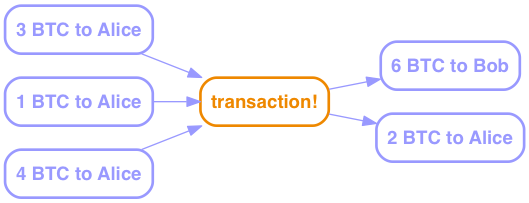
Earlier version of the Graphviz export img/transactions-2.png (bluegraybox/BTCSplain). Its source is kept beside it as img/transactions-2.gv.
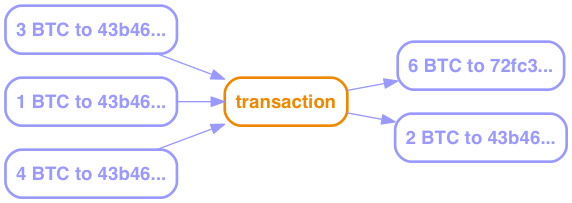
The same diagram one commit later.

Diff of the diagram source:
```diff
@@ -16,12 +16,12 @@
         # arrowsize=2,
         color="#9999ff",
     ];
-    "transaction!" [color="#ee8800", fontcolor="#ee8800"]
+    transaction [color="#ee8800", fontcolor="#ee8800"]
 
-    "3 BTC to Alice" -> "transaction!"
-    "1 BTC to Alice" -> "transaction!"
-    "4 BTC to Alice" -> "transaction!"
+    "3 BTC to 43b46..." -> transaction
+    "1 BTC to 43b46..." -> transaction
+    "4 BTC to 43b46..." -> transaction
 
-    "transaction!" -> "6 BTC to Bob"
-    "transaction!" -> "2 BTC to Alice"
+    transaction -> "6 BTC to 72fc3..."
+    transaction -> "2 BTC to 43b46..."
 }
```
